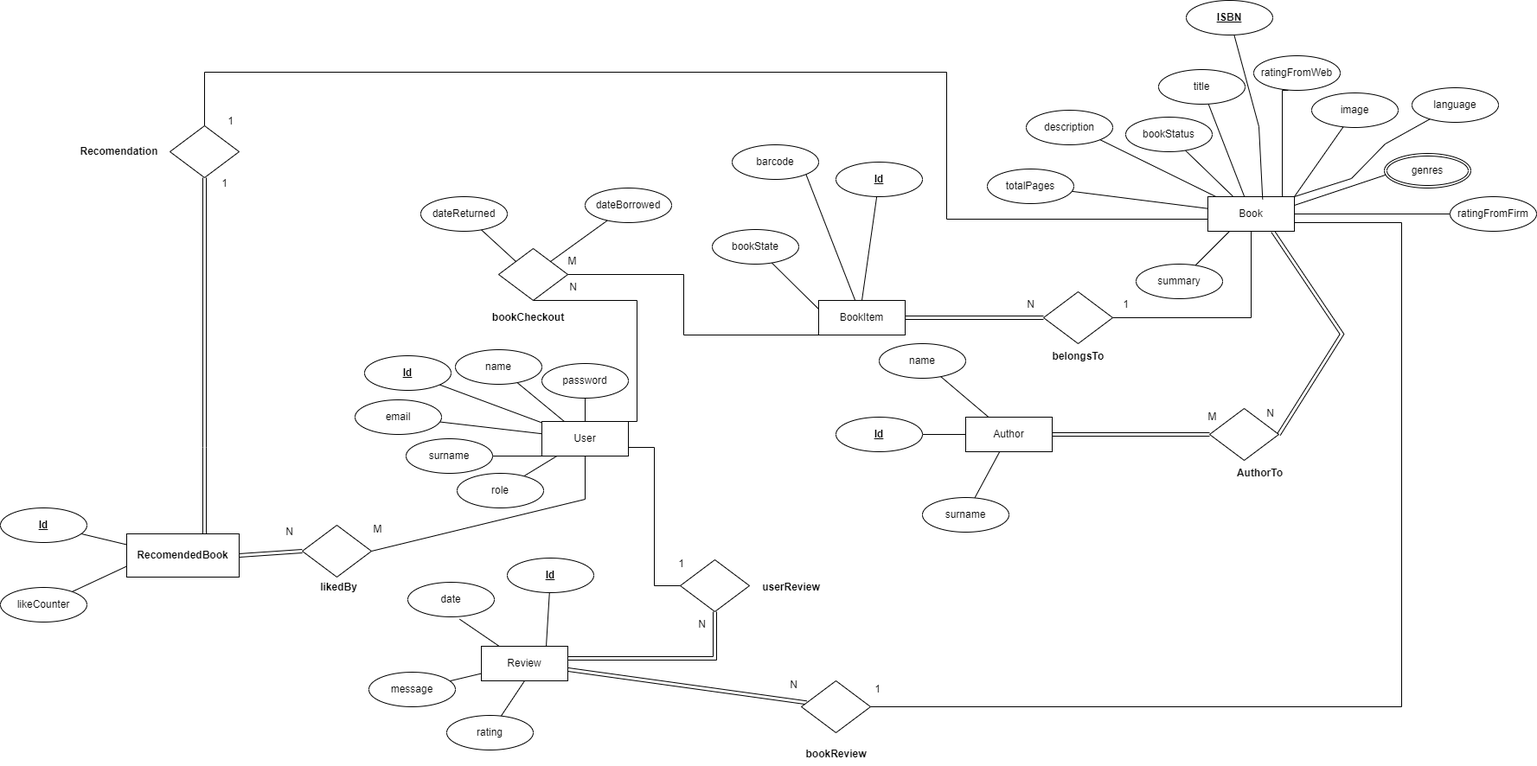
Earlier version of the draw.io export BookLibrary.drawio.png (angelajovanovskaa/book_library). Source tidied: cells renumbered, new cells last; positions are measured from the earlier drawing's top-left corner, leaving out a move shared by most shapes.
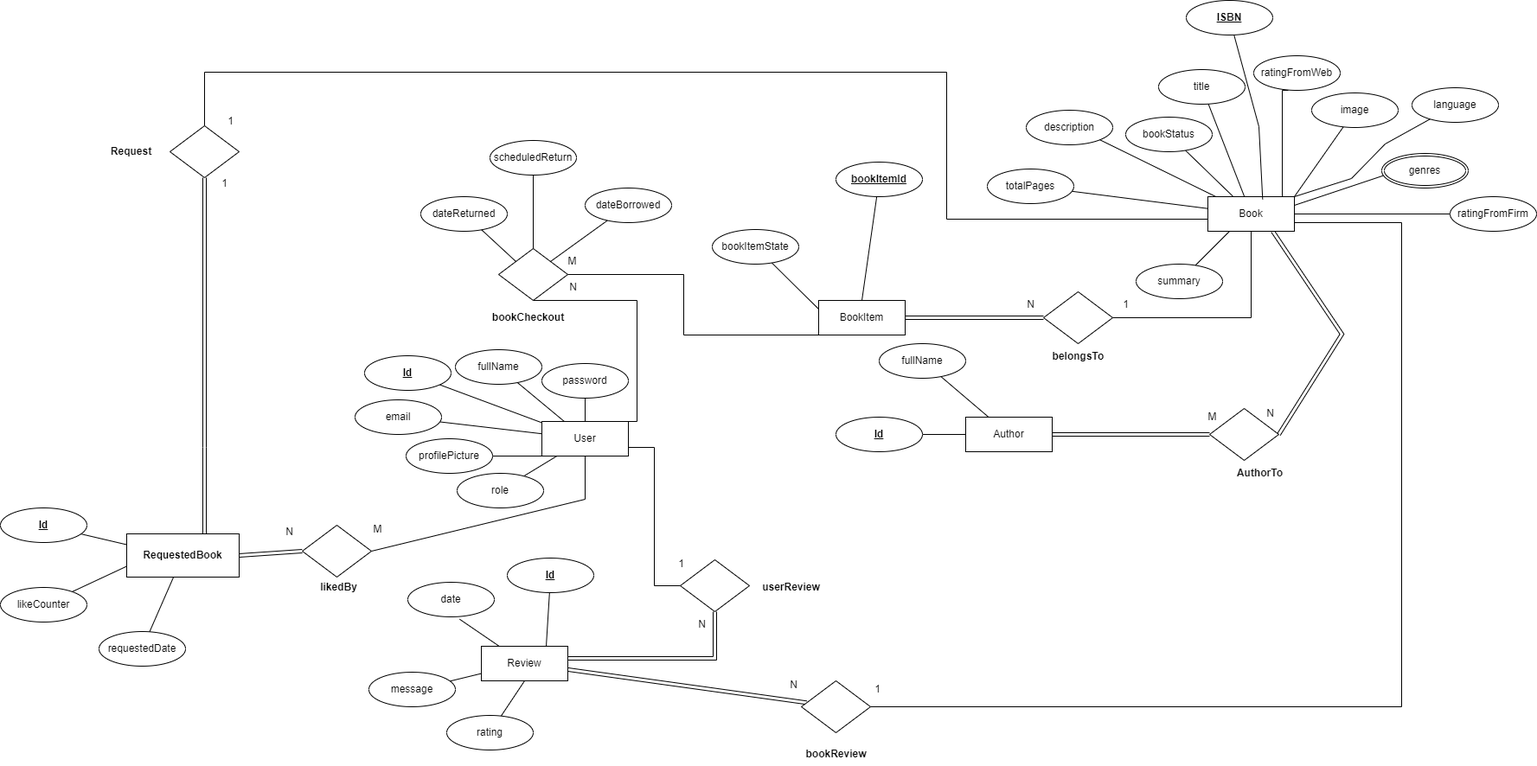
Later version of the same file.

Commit message:
Added new version of the er-diagram with current changes.

The edit, as a diff of the source:
```diff
@@ -10,9 +10,6 @@
         </Array>
       </mxGeometry>
     </mxCell>
-    <mxCell id="3" style="rounded=0;jettySize=auto;html=1;entryX=1;entryY=1;entryDx=0;entryDy=0;endArrow=none;endFill=0;" parent="1" edge="1" source="5" target="92">
-      <mxGeometry relative="1" as="geometry" />
-    </mxCell>
     <mxCell id="4" style="edgeStyle=orthogonalEdgeStyle;rounded=0;jettySize=auto;html=1;entryX=0;entryY=0.5;entryDx=0;entryDy=0;endArrow=none;endFill=0;shape=link;" parent="1" edge="1" source="5" target="94">
       <mxGeometry relative="1" as="geometry" />
     </mxCell>
@@ -57,7 +54,7 @@
     </mxCell>
     <mxCell id="18" style="rounded=0;jettySize=auto;html=1;entryX=1;entryY=0.25;entryDx=0;entryDy=0;endArrow=none;endFill=0;" parent="1" edge="1" target="86">
       <mxGeometry relative="1" as="geometry">
-        <mxPoint x="1607.6" y="199.8" as="sourcePoint" />
+        <mxPoint x="1607.5" y="199.7" as="sourcePoint" />
       </mxGeometry>
     </mxCell>
     <mxCell id="19" style="rounded=0;jettySize=auto;html=1;entryX=1;entryY=0;entryDx=0;entryDy=0;endArrow=none;endFill=0;" parent="1" edge="1" source="20" target="86">
@@ -80,15 +77,9 @@
     <mxCell id="23" style="rounded=0;jettySize=auto;html=1;endArrow=none;endFill=0;" parent="1" edge="1" source="24" target="22">
       <mxGeometry relative="1" as="geometry" />
     </mxCell>
-    <mxCell id="24" value="name" style="ellipse;whiteSpace=wrap;html=1;align=center;" parent="1" vertex="1">
+    <mxCell id="24" value="fullName" style="ellipse;whiteSpace=wrap;html=1;align=center;" parent="1" vertex="1">
       <mxGeometry x="1016" y="397" width="100" height="40" as="geometry" />
     </mxCell>
-    <mxCell id="25" style="rounded=0;jettySize=auto;html=1;endArrow=none;endFill=0;" parent="1" edge="1" source="26" target="22">
-      <mxGeometry relative="1" as="geometry" />
-    </mxCell>
-    <mxCell id="26" value="surname" style="ellipse;whiteSpace=wrap;html=1;align=center;" parent="1" vertex="1">
-      <mxGeometry x="1066" y="575" width="100" height="40" as="geometry" />
-    </mxCell>
     <mxCell id="27" style="shape=rhombus;perimeter=rhombusPerimeter;whiteSpace=wrap;html=1;align=center;" parent="1" vertex="1">
       <mxGeometry x="1398" y="472" width="80" height="60" as="geometry" />
     </mxCell>
@@ -113,13 +104,13 @@
     <mxCell id="31" style="rounded=0;jettySize=auto;html=1;endArrow=none;endFill=0;" parent="1" edge="1" source="32" target="30">
       <mxGeometry relative="1" as="geometry" />
     </mxCell>
-    <mxCell id="32" value="name" style="ellipse;whiteSpace=wrap;html=1;align=center;" parent="1" vertex="1">
+    <mxCell id="32" value="fullName" style="ellipse;whiteSpace=wrap;html=1;align=center;" parent="1" vertex="1">
       <mxGeometry x="526" y="404" width="100" height="40" as="geometry" />
     </mxCell>
     <mxCell id="33" style="rounded=0;jettySize=auto;html=1;entryX=0.5;entryY=1;entryDx=0;entryDy=0;endArrow=none;endFill=0;" parent="1" edge="1" source="34" target="30">
       <mxGeometry relative="1" as="geometry" />
     </mxCell>
-    <mxCell id="34" value="surname" style="ellipse;whiteSpace=wrap;html=1;align=center;" parent="1" vertex="1">
+    <mxCell id="34" value="profilePicture" style="ellipse;whiteSpace=wrap;html=1;align=center;" parent="1" vertex="1">
       <mxGeometry x="469" y="507" width="100" height="40" as="geometry" />
     </mxCell>
     <mxCell id="35" style="rounded=0;jettySize=auto;html=1;endArrow=none;endFill=0;" parent="1" edge="1" source="36" target="30">
@@ -197,7 +188,7 @@
     <mxCell id="56" style="rounded=0;jettySize=auto;html=1;entryX=0.5;entryY=0;entryDx=0;entryDy=0;endArrow=none;endFill=0;" parent="1" edge="1" source="57" target="5">
       <mxGeometry relative="1" as="geometry" />
     </mxCell>
-    <mxCell id="57" value="&lt;u&gt;&lt;b&gt;Id&lt;/b&gt;&lt;/u&gt;" style="ellipse;whiteSpace=wrap;html=1;align=center;" parent="1" vertex="1">
+    <mxCell id="57" value="&lt;b&gt;&lt;u&gt;bookItemId&lt;/u&gt;&lt;/b&gt;" style="ellipse;whiteSpace=wrap;html=1;align=center;" parent="1" vertex="1">
       <mxGeometry x="966" y="187" width="100" height="40" as="geometry" />
     </mxCell>
     <mxCell id="58" style="edgeStyle=orthogonalEdgeStyle;rounded=0;jettySize=auto;html=1;endArrow=none;endFill=0;" parent="1" edge="1" source="59" target="22">
@@ -241,7 +232,7 @@
         </Array>
       </mxGeometry>
     </mxCell>
-    <mxCell id="70" value="&lt;b style=&quot;text-wrap: nowrap;&quot;&gt;RecomendedBook&lt;/b&gt;" style="whiteSpace=wrap;html=1;align=center;" parent="1" vertex="1">
+    <mxCell id="70" value="&lt;b style=&quot;text-wrap: nowrap;&quot;&gt;RequestedBook&lt;/b&gt;" style="whiteSpace=wrap;html=1;align=center;" parent="1" vertex="1">
       <mxGeometry x="146" y="617" width="130" height="50" as="geometry" />
     </mxCell>
     <mxCell id="71" style="edgeStyle=orthogonalEdgeStyle;rounded=0;jettySize=auto;html=1;entryX=0.75;entryY=1;entryDx=0;entryDy=0;" parent="1" edge="1" source="72" target="86">
@@ -322,12 +313,9 @@
     <mxCell id="90" style="rounded=0;jettySize=auto;html=1;entryX=0;entryY=0.25;entryDx=0;entryDy=0;endArrow=none;endFill=0;" parent="1" edge="1" source="91" target="5">
       <mxGeometry relative="1" as="geometry" />
     </mxCell>
-    <mxCell id="91" value="bookState" style="ellipse;whiteSpace=wrap;html=1;align=center;" parent="1" vertex="1">
+    <mxCell id="91" value="bookItemState" style="ellipse;whiteSpace=wrap;html=1;align=center;" parent="1" vertex="1">
       <mxGeometry x="823" y="265" width="100" height="40" as="geometry" />
     </mxCell>
-    <mxCell id="92" value="barcode" style="ellipse;whiteSpace=wrap;html=1;align=center;" parent="1" vertex="1">
-      <mxGeometry x="846" y="167" width="100" height="40" as="geometry" />
-    </mxCell>
     <mxCell id="93" style="edgeStyle=orthogonalEdgeStyle;rounded=0;jettySize=auto;html=1;entryX=0.5;entryY=1;entryDx=0;entryDy=0;endArrow=none;endFill=0;" parent="1" edge="1" source="94" target="86">
       <mxGeometry relative="1" as="geometry" />
     </mxCell>
@@ -382,8 +370,8 @@
     <mxCell id="108" value="bookStatus" style="ellipse;whiteSpace=wrap;html=1;align=center;" parent="1" vertex="1">
       <mxGeometry x="1301" y="135" width="100" height="40" as="geometry" />
     </mxCell>
-    <mxCell id="109" value="&lt;b&gt;Recomendation&lt;/b&gt;" style="text;html=1;align=center;verticalAlign=middle;strokeColor=none;fillColor=none;" parent="1" vertex="1">
-      <mxGeometry x="83" y="162" width="108" height="26" as="geometry" />
+    <mxCell id="109" value="&lt;b&gt;Request&lt;/b&gt;" style="text;html=1;align=center;verticalAlign=middle;strokeColor=none;fillColor=none;" parent="1" vertex="1">
+      <mxGeometry x="118" y="162" width="65" height="26" as="geometry" />
     </mxCell>
     <mxCell id="110" style="rounded=0;jettySize=auto;html=1;endArrow=none;endFill=0;" parent="1" edge="1" source="111" target="30">
       <mxGeometry relative="1" as="geometry" />
@@ -391,8 +379,20 @@
     <mxCell id="111" value="role" style="ellipse;whiteSpace=wrap;html=1;align=center;" parent="1" vertex="1">
       <mxGeometry x="528" y="547" width="100" height="40" as="geometry" />
     </mxCell>
+    <mxCell id="113" style="rounded=0;jettySize=auto;html=1;endArrow=none;endFill=0;" parent="1" edge="1" source="114" target="64">
+      <mxGeometry relative="1" as="geometry" />
+    </mxCell>
+    <mxCell id="114" value="scheduledReturn" style="ellipse;whiteSpace=wrap;html=1;align=center;" parent="1" vertex="1">
+      <mxGeometry x="566" y="162" width="100" height="40" as="geometry" />
+    </mxCell>
+    <mxCell id="115" style="rounded=0;jettySize=auto;html=1;endArrow=none;endFill=0;" parent="1" edge="1" source="116" target="70">
+      <mxGeometry relative="1" as="geometry" />
+    </mxCell>
+    <mxCell id="116" value="requestedDate" style="ellipse;whiteSpace=wrap;html=1;align=center;" parent="1" vertex="1">
+      <mxGeometry x="114" y="730" width="100" height="40" as="geometry" />
+    </mxCell>
     <mxCell id="112" value="genres" style="ellipse;shape=doubleEllipse;margin=3;whiteSpace=wrap;html=1;align=center;" parent="1" vertex="1">
-      <mxGeometry x="1600" y="177" width="100" height="40" as="geometry" />
+      <mxGeometry x="1597" y="177" width="100" height="40" as="geometry" />
     </mxCell>
   </root>
 </mxGraphModel>
```
